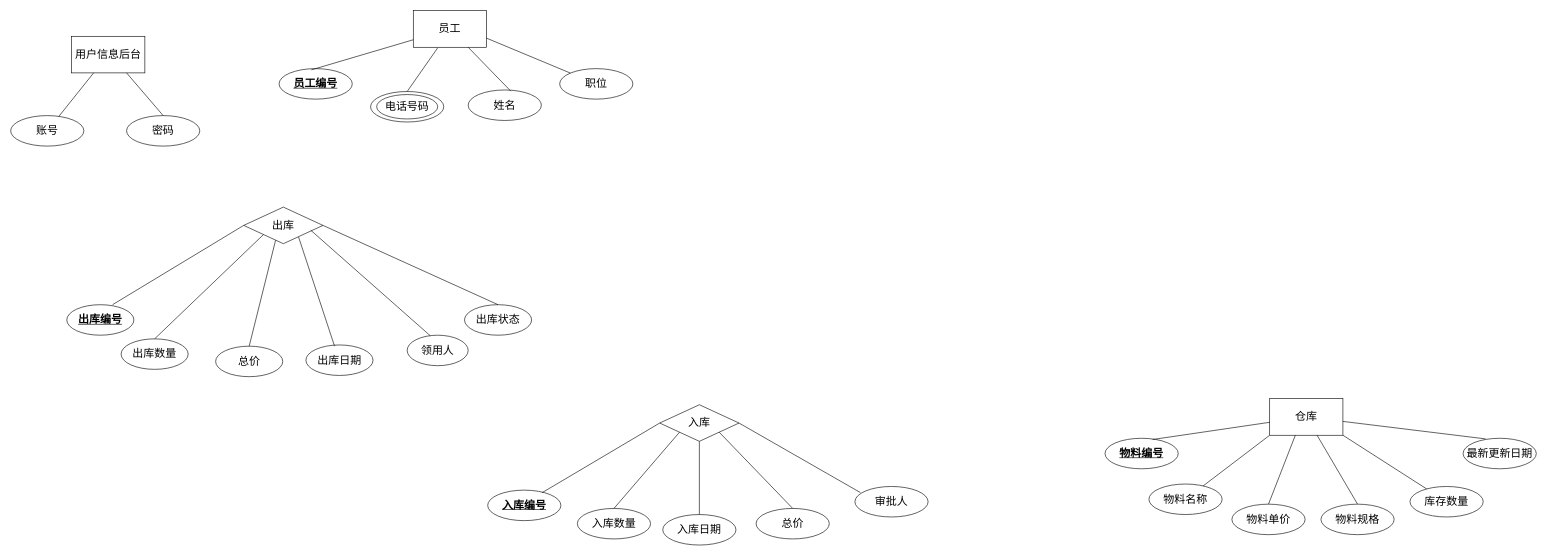
Above: 属性.drawio in images130/LJ_Project (draw.io), before the change. Source tidied: cells renumbered, new cells numbered last; positions are measured from the earlier drawing's top-left corner, leaving out a move shared by most shapes. Both pictures are drawn from the tidied source at 61%, with x=0, y=0 at pixel (10, 10).
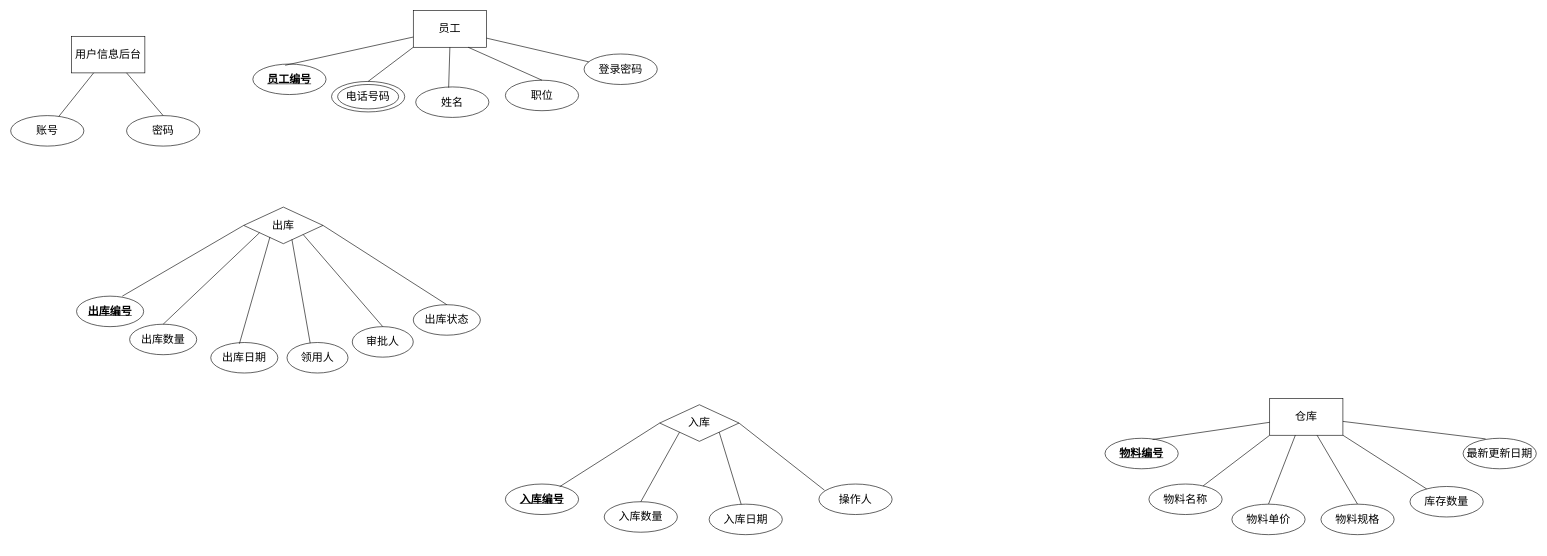
The same diagram, later.

The change refers to these unchanged cells:
```xml
<mxCell id="2" value="员工" style="rounded=0;whiteSpace=wrap;html=1;fontSize=18;fontStyle=0;" parent="1" vertex="1">
  <mxGeometry x="660" width="120" height="60" as="geometry" />
</mxCell>
<mxCell id="13" value="入库" style="rhombus;whiteSpace=wrap;html=1;fontSize=18;fontStyle=0;" parent="1" vertex="1">
  <mxGeometry x="1064" y="646" width="130" height="60" as="geometry" />
</mxCell>
<mxCell id="14" value="出库" style="rhombus;whiteSpace=wrap;html=1;fontSize=18;fontStyle=0;" parent="1" vertex="1">
  <mxGeometry x="382" y="322" width="130" height="60" as="geometry" />
</mxCell>
```

The edit, as a diff of the source:
```diff
@@
     <mxCell id="3" style="ellipse;whiteSpace=wrap;html=1;fontSize=18;fontStyle=0;" parent="1" vertex="1">
-      <mxGeometry x="590" y="132.5" width="120" height="50" as="geometry" />
+      <mxGeometry x="526" y="116" width="120" height="50" as="geometry" />
     </mxCell>
     <mxCell id="4" value="姓名" style="ellipse;whiteSpace=wrap;html=1;fontSize=18;fontStyle=0;" parent="1" vertex="1">
-      <mxGeometry x="750" y="130" width="120" height="50" as="geometry" />
+      <mxGeometry x="664" y="125" width="120" height="50" as="geometry" />
     </mxCell>
-    <mxCell id="5" value="职位" style="ellipse;whiteSpace=wrap;html=1;fontSize=18;fontStyle=0;" parent="1" vertex="1">
-      <mxGeometry x="900" y="95" width="120" height="50" as="geometry" />
+    <mxCell id="5" value="登录密码" style="ellipse;whiteSpace=wrap;html=1;fontSize=18;fontStyle=0;" parent="1" vertex="1">
+      <mxGeometry x="940" y="71" width="120" height="50" as="geometry" />
     </mxCell>
     <mxCell id="6" value="&lt;u style=&quot;font-size: 18px;&quot;&gt;员工编号&lt;/u&gt;" style="ellipse;whiteSpace=wrap;html=1;fontSize=18;fontStyle=1;" parent="1" vertex="1">
-      <mxGeometry x="440" y="95" width="120" height="50" as="geometry" />
+      <mxGeometry x="397" y="87.5" width="120" height="50" as="geometry" />
     </mxCell>
     <mxCell id="7" value="电话号码" style="ellipse;whiteSpace=wrap;html=1;fontSize=18;fontStyle=0;" parent="1" vertex="1">
-      <mxGeometry x="600" y="137.5" width="100" height="40" as="geometry" />
+      <mxGeometry x="536" y="121" width="100" height="40" as="geometry" />
     </mxCell>
@@
-    <mxCell id="9" style="endArrow=none;html=1;entryX=0.5;entryY=0;entryDx=0;entryDy=0;fontSize=18;fontStyle=0;" parent="1" edge="1" target="3">
-      <mxGeometry relative="1" as="geometry">
-        <mxPoint x="700" y="61" as="sourcePoint" />
-      </mxGeometry>
+    <mxCell id="9" style="endArrow=none;html=1;entryX=0.5;entryY=0;entryDx=0;entryDy=0;fontSize=18;fontStyle=0;exitX=0;exitY=1;exitDx=0;exitDy=0;" parent="1" edge="1" source="2" target="3">
+      <mxGeometry relative="1" as="geometry" />
     </mxCell>
-    <mxCell id="10" style="endArrow=none;html=1;entryX=0.583;entryY=0.04;entryDx=0;entryDy=0;exitX=0.75;exitY=1;exitDx=0;exitDy=0;fontSize=18;fontStyle=0;entryPerimeter=0;" parent="1" edge="1" source="2" target="4">
+    <mxCell id="10" style="endArrow=none;html=1;entryX=0.45;entryY=0.02;entryDx=0;entryDy=0;exitX=0.5;exitY=1;exitDx=0;exitDy=0;fontSize=18;fontStyle=0;entryPerimeter=0;" parent="1" edge="1" source="2" target="4">
       <mxGeometry relative="1" as="geometry" />
     </mxCell>
@@
-    <mxCell id="25" value="总价" style="ellipse;whiteSpace=wrap;html=1;fontSize=18;fontStyle=0;" parent="1" vertex="1">
-      <mxGeometry x="1222" y="816" width="120" height="50" as="geometry" />
-    </mxCell>
     <mxCell id="26" value="入库数量" style="ellipse;whiteSpace=wrap;html=1;fontSize=18;fontStyle=0;" parent="1" vertex="1">
-      <mxGeometry x="929" y="816" width="120" height="50" as="geometry" />
+      <mxGeometry x="973" y="805" width="120" height="50" as="geometry" />
     </mxCell>
-    <mxCell id="27" value="审批人" style="ellipse;whiteSpace=wrap;html=1;fontSize=18;fontStyle=0;" parent="1" vertex="1">
-      <mxGeometry x="1384" y="780" width="120" height="50" as="geometry" />
+    <mxCell id="27" value="操作人" style="ellipse;whiteSpace=wrap;html=1;fontSize=18;fontStyle=0;" parent="1" vertex="1">
+      <mxGeometry x="1325" y="776" width="120" height="50" as="geometry" />
     </mxCell>
     <mxCell id="28" value="入库编号" style="ellipse;whiteSpace=wrap;html=1;fontStyle=5;fontSize=18;" parent="1" vertex="1">
-      <mxGeometry x="782" y="786" width="120" height="50" as="geometry" />
+      <mxGeometry x="811" y="776" width="120" height="50" as="geometry" />
     </mxCell>
     <mxCell id="29" value="入库日期" style="ellipse;whiteSpace=wrap;html=1;fontSize=18;fontStyle=0;" parent="1" vertex="1">
-      <mxGeometry x="1069" y="826" width="120" height="50" as="geometry" />
+      <mxGeometry x="1145" y="809" width="120" height="50" as="geometry" />
     </mxCell>
@@
-    <mxCell id="32" style="endArrow=none;html=1;entryX=0.5;entryY=1;entryDx=0;entryDy=0;fontSize=18;fontStyle=0;" parent="1" edge="1" source="29" target="13">
+    <mxCell id="32" style="endArrow=none;html=1;entryX=1;entryY=1;entryDx=0;entryDy=0;fontSize=18;fontStyle=0;" parent="1" edge="1" source="29" target="13">
       <mxGeometry relative="1" as="geometry" />
     </mxCell>
-    <mxCell id="33" style="endArrow=none;html=1;entryX=1;entryY=1;entryDx=0;entryDy=0;exitX=0.5;exitY=0;exitDx=0;exitDy=0;fontSize=18;fontStyle=0;" parent="1" edge="1" source="25" target="13">
-      <mxGeometry relative="1" as="geometry" />
-    </mxCell>
@@
     <mxCell id="35" value="出库数量" style="ellipse;whiteSpace=wrap;html=1;fontSize=18;fontStyle=0;" parent="1" vertex="1">
-      <mxGeometry x="181" y="538" width="110" height="50" as="geometry" />
+      <mxGeometry x="195" y="514" width="110" height="50" as="geometry" />
     </mxCell>
     <mxCell id="36" value="领用人" style="ellipse;whiteSpace=wrap;html=1;fontSize=18;fontStyle=0;" parent="1" vertex="1">
-      <mxGeometry x="650" y="532" width="100" height="50" as="geometry" />
+      <mxGeometry x="453" y="544" width="100" height="50" as="geometry" />
     </mxCell>
     <mxCell id="37" value="出库编号" style="ellipse;whiteSpace=wrap;html=1;fontStyle=5;fontSize=18;" parent="1" vertex="1">
-      <mxGeometry x="92" y="482" width="110" height="50" as="geometry" />
+      <mxGeometry x="108" y="468" width="110" height="50" as="geometry" />
     </mxCell>
     <mxCell id="38" value="出库日期" style="ellipse;whiteSpace=wrap;html=1;fontSize=18;fontStyle=0;" parent="1" vertex="1">
-      <mxGeometry x="484" y="548" width="110" height="50" as="geometry" />
+      <mxGeometry x="328" y="544" width="110" height="50" as="geometry" />
     </mxCell>
@@
-    <mxCell id="40" style="endArrow=none;html=1;entryX=0;entryY=1;entryDx=0;entryDy=0;exitX=0.5;exitY=0;exitDx=0;exitDy=0;fontSize=18;fontStyle=0;" parent="1" edge="1" source="35" target="14">
+    <mxCell id="40" style="endArrow=none;html=1;exitX=0.5;exitY=0;exitDx=0;exitDy=0;fontSize=18;fontStyle=0;entryX=0.2;entryY=0.7;entryDx=0;entryDy=0;entryPerimeter=0;" parent="1" edge="1" source="35" target="14">
       <mxGeometry relative="1" as="geometry" />
     </mxCell>
-    <mxCell id="41" style="endArrow=none;html=1;entryX=0.692;entryY=0.817;entryDx=0;entryDy=0;entryPerimeter=0;exitX=0.427;exitY=0.04;exitDx=0;exitDy=0;exitPerimeter=0;fontSize=18;fontStyle=0;" parent="1" edge="1" source="38" target="14">
+    <mxCell id="41" style="endArrow=none;html=1;entryX=0.331;entryY=0.817;entryDx=0;entryDy=0;exitX=0.427;exitY=0.04;exitDx=0;exitDy=0;exitPerimeter=0;fontSize=18;fontStyle=0;entryPerimeter=0;" parent="1" edge="1" source="38" target="14">
       <mxGeometry relative="1" as="geometry" />
     </mxCell>
-    <mxCell id="42" style="endArrow=none;html=1;entryX=0.846;entryY=0.633;entryDx=0;entryDy=0;exitX=0.38;exitY=0.02;exitDx=0;exitDy=0;exitPerimeter=0;fontSize=18;fontStyle=0;entryPerimeter=0;" parent="1" edge="1" source="36" target="14">
+    <mxCell id="42" style="endArrow=none;html=1;entryX=0.608;entryY=0.883;entryDx=0;entryDy=0;exitX=0.38;exitY=0.02;exitDx=0;exitDy=0;exitPerimeter=0;fontSize=18;fontStyle=0;entryPerimeter=0;" parent="1" edge="1" source="36" target="14">
       <mxGeometry relative="1" as="geometry" />
     </mxCell>
@@
-    <mxCell id="48" value="总价" style="ellipse;whiteSpace=wrap;html=1;fontSize=18;fontStyle=0;" parent="1" vertex="1">
-      <mxGeometry x="336" y="550" width="110" height="50" as="geometry" />
-    </mxCell>
     <mxCell id="49" value="出库状态" style="ellipse;whiteSpace=wrap;html=1;fontSize=18;fontStyle=0;" parent="1" vertex="1">
-      <mxGeometry x="744" y="482" width="110" height="50" as="geometry" />
+      <mxGeometry x="660" y="482" width="110" height="50" as="geometry" />
     </mxCell>
@@
-    <mxCell id="51" style="endArrow=none;html=1;entryX=0.402;entryY=0.907;entryDx=0;entryDy=0;exitX=0.5;exitY=0;exitDx=0;exitDy=0;entryPerimeter=0;" parent="1" edge="1" source="48" target="14">
-      <mxGeometry relative="1" as="geometry" />
-    </mxCell>
@@
+    <mxCell id="54" value="职位" style="ellipse;whiteSpace=wrap;html=1;fontSize=18;fontStyle=0;" parent="1" vertex="1">
+      <mxGeometry x="811" y="114" width="120" height="50" as="geometry" />
+    </mxCell>
+    <mxCell id="55" style="endArrow=none;html=1;entryX=0.75;entryY=1;entryDx=0;entryDy=0;exitX=0.5;exitY=0;exitDx=0;exitDy=0;" parent="1" edge="1" source="54" target="2">
+      <mxGeometry relative="1" as="geometry" />
+    </mxCell>
+    <mxCell id="56" value="审批人" style="ellipse;whiteSpace=wrap;html=1;fontSize=18;fontStyle=0;" parent="1" vertex="1">
+      <mxGeometry x="560" y="518" width="100" height="50" as="geometry" />
+    </mxCell>
+    <mxCell id="57" style="endArrow=none;html=1;entryX=1;entryY=1;entryDx=0;entryDy=0;exitX=0.5;exitY=0;exitDx=0;exitDy=0;" parent="1" edge="1" source="56" target="14">
+      <mxGeometry relative="1" as="geometry" />
+    </mxCell>
```
